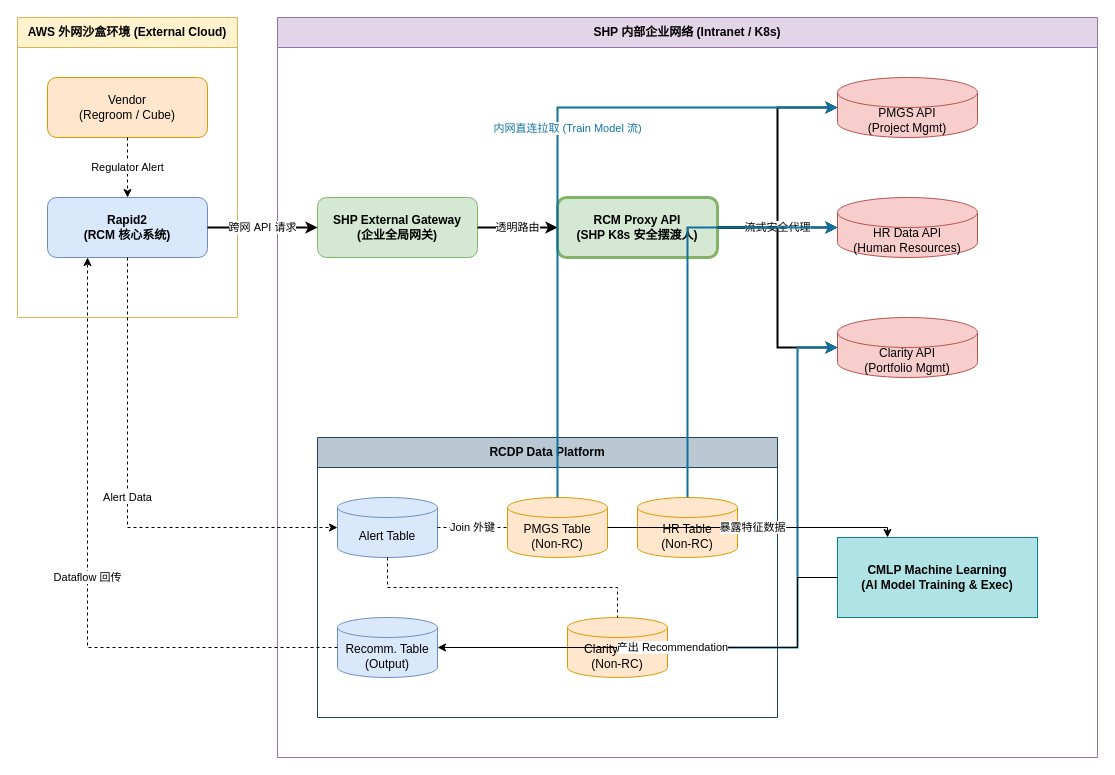
Above: drawio/rcm_architecture.drawio in nvd11/f_store (draw.io), before the change. Source tidied: cells renumbered, new cells numbered last; positions are measured from the earlier drawing's top-left corner, leaving out a move shared by most shapes. Both pictures are drawn from the tidied source at 100%, with x=0, y=0 at pixel (17, 17).
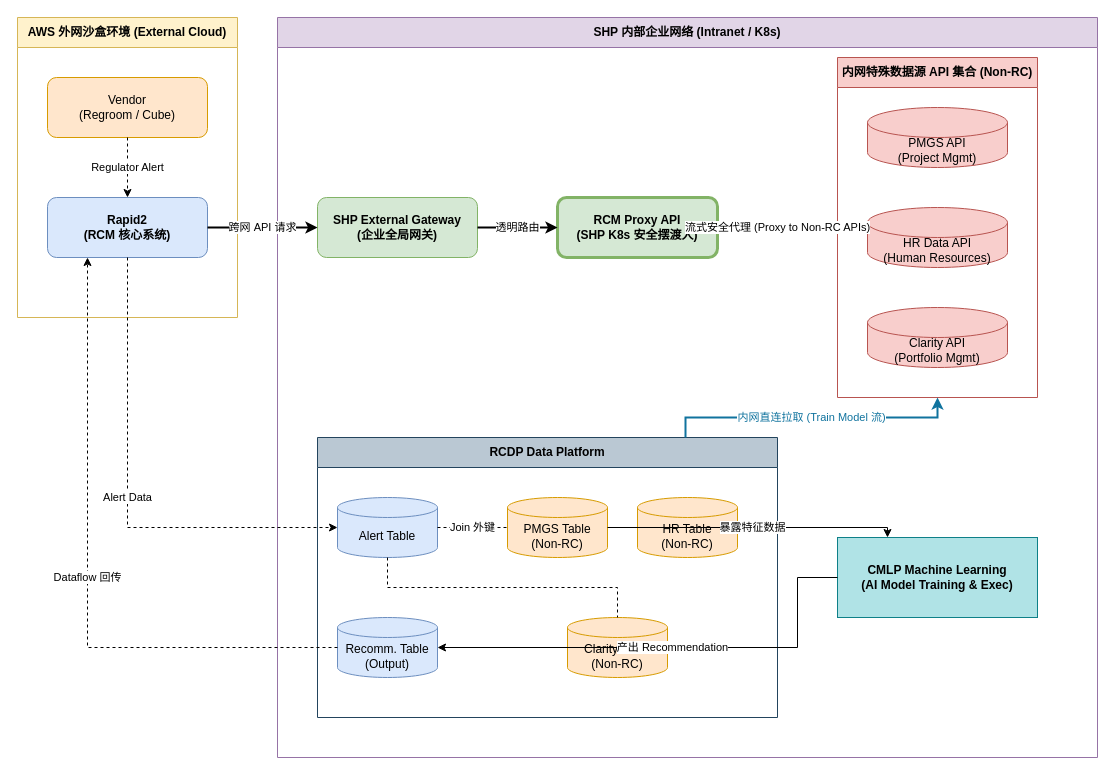
The same page after the edit.

Commit message:
docs(architecture): group upstream APIs and simplify edge connections

The change refers to these unchanged cells:
```xml
<mxCell id="7" value="RCM Proxy API&#10;(SHP K8s 安全摆渡人)" style="rounded=1;whiteSpace=wrap;html=1;fillColor=#d5e8d4;strokeColor=#82b366;fontStyle=1;strokeWidth=3;" parent="1" vertex="1">
  <mxGeometry x="540" y="180" width="160" height="60" as="geometry" />
</mxCell>
<mxCell id="11" value="RCDP Data Platform" style="swimlane;whiteSpace=wrap;html=1;fillColor=#bac8d3;strokeColor=#23445d;startSize=30;fontStyle=1;" parent="1" vertex="1">
  <mxGeometry x="300" y="420" width="460" height="280" as="geometry" />
</mxCell>
<mxCell id="14" value="PMGS Table&#10;(Non-RC)" style="shape=cylinder3;whiteSpace=wrap;html=1;boundedLbl=1;backgroundOutline=1;size=10;fillColor=#ffe6cc;strokeColor=#d79b00;" parent="11" vertex="1">
  <mxGeometry x="190" y="60" width="100" height="60" as="geometry" />
</mxCell>
<mxCell id="15" value="HR Table&#10;(Non-RC)" style="shape=cylinder3;whiteSpace=wrap;html=1;boundedLbl=1;backgroundOutline=1;size=10;fillColor=#ffe6cc;strokeColor=#d79b00;" parent="11" vertex="1">
  <mxGeometry x="320" y="60" width="100" height="60" as="geometry" />
</mxCell>
<mxCell id="16" value="Clarity Table&#10;(Non-RC)" style="shape=cylinder3;whiteSpace=wrap;html=1;boundedLbl=1;backgroundOutline=1;size=10;fillColor=#ffe6cc;strokeColor=#d79b00;" parent="11" vertex="1">
  <mxGeometry x="250" y="180" width="100" height="60" as="geometry" />
</mxCell>
```

What changed in the source:
```diff
@@
+    <mxCell id="33" value="内网特殊数据源 API 集合 (Non-RC)" style="swimlane;whiteSpace=wrap;html=1;fillColor=#f8cecc;strokeColor=#b85450;startSize=30;fontStyle=1;" parent="1" vertex="1">
+      <mxGeometry x="820" y="40" width="200" height="340" as="geometry" />
+    </mxCell>
-    <mxCell id="8" value="PMGS API&#10;(Project Mgmt)" style="shape=cylinder3;whiteSpace=wrap;html=1;boundedLbl=1;backgroundOutline=1;size=15;fillColor=#f8cecc;strokeColor=#b85450;" parent="1" vertex="1">
-      <mxGeometry x="820" y="60" width="140" height="60" as="geometry" />
+    <mxCell id="8" value="PMGS API&#10;(Project Mgmt)" style="shape=cylinder3;whiteSpace=wrap;html=1;boundedLbl=1;backgroundOutline=1;size=15;fillColor=#f8cecc;strokeColor=#b85450;" parent="33" vertex="1">
+      <mxGeometry x="30" y="50" width="140" height="60" as="geometry" />
     </mxCell>
-    <mxCell id="9" value="HR Data API&#10;(Human Resources)" style="shape=cylinder3;whiteSpace=wrap;html=1;boundedLbl=1;backgroundOutline=1;size=15;fillColor=#f8cecc;strokeColor=#b85450;" parent="1" vertex="1">
-      <mxGeometry x="820" y="180" width="140" height="60" as="geometry" />
+    <mxCell id="9" value="HR Data API&#10;(Human Resources)" style="shape=cylinder3;whiteSpace=wrap;html=1;boundedLbl=1;backgroundOutline=1;size=15;fillColor=#f8cecc;strokeColor=#b85450;" parent="33" vertex="1">
+      <mxGeometry x="30" y="150" width="140" height="60" as="geometry" />
     </mxCell>
-    <mxCell id="10" value="Clarity API&#10;(Portfolio Mgmt)" style="shape=cylinder3;whiteSpace=wrap;html=1;boundedLbl=1;backgroundOutline=1;size=15;fillColor=#f8cecc;strokeColor=#b85450;" parent="1" vertex="1">
-      <mxGeometry x="820" y="300" width="140" height="60" as="geometry" />
+    <mxCell id="10" value="Clarity API&#10;(Portfolio Mgmt)" style="shape=cylinder3;whiteSpace=wrap;html=1;boundedLbl=1;backgroundOutline=1;size=15;fillColor=#f8cecc;strokeColor=#b85450;" parent="33" vertex="1">
+      <mxGeometry x="30" y="250" width="140" height="60" as="geometry" />
     </mxCell>
@@
-    <mxCell id="23" style="edgeStyle=orthogonalEdgeStyle;rounded=0;jettySize=auto;html=1;strokeWidth=2;" parent="1" edge="1" source="7" target="8">
-      <mxGeometry relative="1" as="geometry">
-        <Array as="points">
-          <mxPoint x="760" y="210" />
-          <mxPoint x="760" y="90" />
-        </Array>
-      </mxGeometry>
-    </mxCell>
-    <mxCell id="24" value="流式安全代理" style="edgeStyle=orthogonalEdgeStyle;rounded=0;jettySize=auto;html=1;strokeWidth=2;" parent="1" edge="1" source="7" target="9">
+    <mxCell id="24" value="流式安全代理 (Proxy to Non-RC APIs)" style="edgeStyle=orthogonalEdgeStyle;rounded=0;jettySize=auto;html=1;strokeWidth=2;exitX=1;exitY=0.5;exitDx=0;exitDy=0;entryX=0;entryY=0.5;entryDx=0;entryDy=0;" parent="1" edge="1" source="7" target="33">
       <mxGeometry relative="1" as="geometry" />
     </mxCell>
-    <mxCell id="25" style="edgeStyle=orthogonalEdgeStyle;rounded=0;jettySize=auto;html=1;strokeWidth=2;" parent="1" edge="1" source="7" target="10">
-      <mxGeometry relative="1" as="geometry">
-        <Array as="points">
-          <mxPoint x="760" y="210" />
-          <mxPoint x="760" y="330" />
-        </Array>
-      </mxGeometry>
-    </mxCell>
-    <mxCell id="26" value="内网直连拉取 (Train Model 流)" style="edgeStyle=orthogonalEdgeStyle;rounded=0;jettySize=auto;html=1;strokeWidth=2;strokeColor=#10739e;fontColor=#10739e;exitX=0.5;exitY=0;exitDx=0;exitDy=0;exitPerimeter=0;entryX=0;entryY=0.5;entryDx=0;entryDy=0;entryPerimeter=0;" parent="1" edge="1" source="14" target="8">
-      <mxGeometry x="0.1" y="-10" relative="1" as="geometry">
+    <mxCell id="26" value="内网直连拉取 (Train Model 流)" style="edgeStyle=orthogonalEdgeStyle;rounded=0;jettySize=auto;html=1;strokeWidth=2;strokeColor=#10739e;fontColor=#10739e;exitX=0.8;exitY=0;exitDx=0;exitDy=0;entryX=0.5;entryY=1;entryDx=0;entryDy=0;" parent="1" edge="1" source="11" target="33">
+      <mxGeometry relative="1" as="geometry">
         <Array as="points">
-          <mxPoint x="540" y="90" />
+          <mxPoint x="668" y="400" />
+          <mxPoint x="920" y="400" />
         </Array>
       </mxGeometry>
     </mxCell>
-    <mxCell id="27" style="edgeStyle=orthogonalEdgeStyle;rounded=0;jettySize=auto;html=1;strokeWidth=2;strokeColor=#10739e;fontColor=#10739e;exitX=0.5;exitY=0;exitDx=0;exitDy=0;exitPerimeter=0;entryX=0;entryY=0.5;entryDx=0;entryDy=0;entryPerimeter=0;" parent="1" edge="1" source="15" target="9">
-      <mxGeometry relative="1" as="geometry">
-        <Array as="points">
-          <mxPoint x="670" y="210" />
-        </Array>
-      </mxGeometry>
-    </mxCell>
-    <mxCell id="28" style="edgeStyle=orthogonalEdgeStyle;rounded=0;jettySize=auto;html=1;strokeWidth=2;strokeColor=#10739e;fontColor=#10739e;exitX=1;exitY=0.5;exitDx=0;exitDy=0;exitPerimeter=0;entryX=0;entryY=0.5;entryDx=0;entryDy=0;entryPerimeter=0;" parent="1" edge="1" source="16" target="10">
-      <mxGeometry relative="1" as="geometry">
-        <Array as="points">
-          <mxPoint x="780" y="630" />
-          <mxPoint x="780" y="330" />
-        </Array>
-      </mxGeometry>
-    </mxCell>
```
